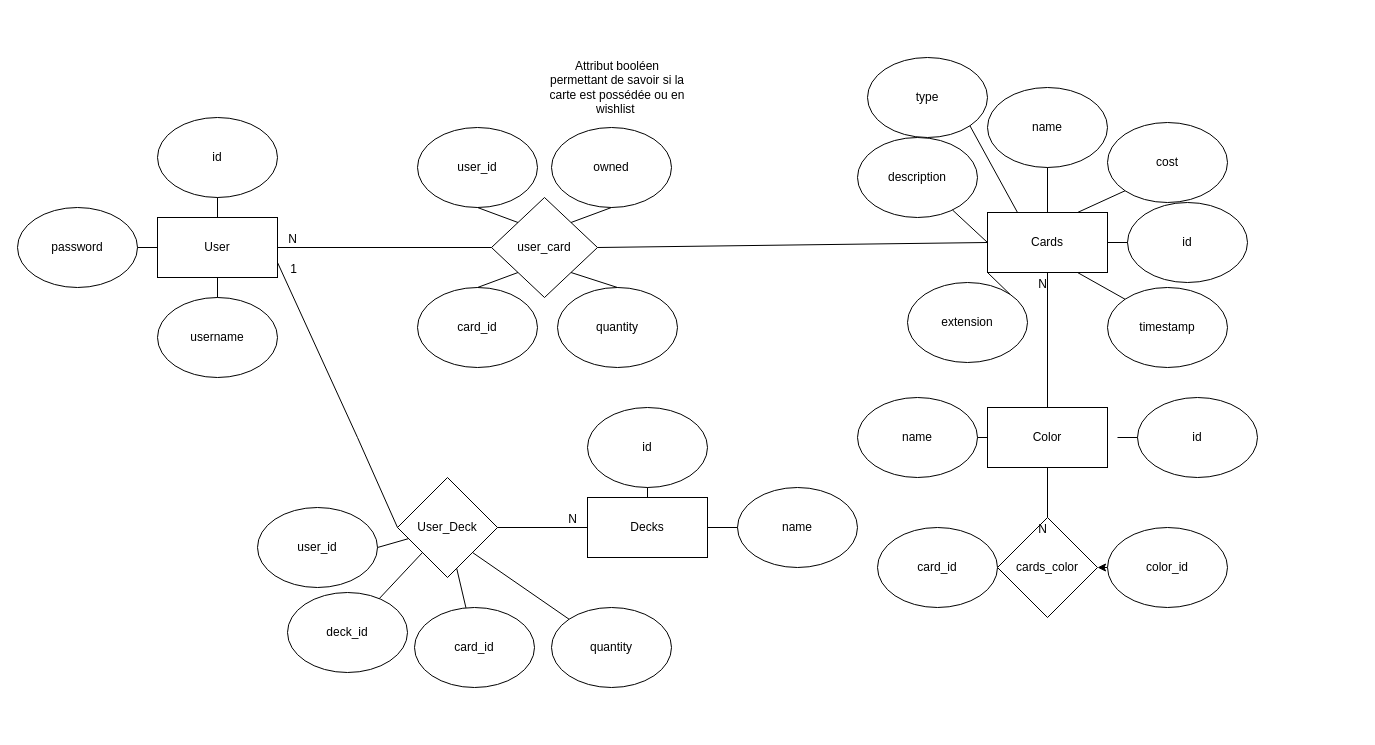
The draw.io diagram doc/shemas/entite_association_gtm.drawio in guillaumemouchet/Gathering-The-Magic, before the edit. Source tidied: cells renumbered, new cells numbered last; positions are measured from the earlier drawing's top-left corner, leaving out a move shared by most shapes. Both pictures are drawn from the tidied source at 100%, with x=0, y=0 at pixel (17, 47).
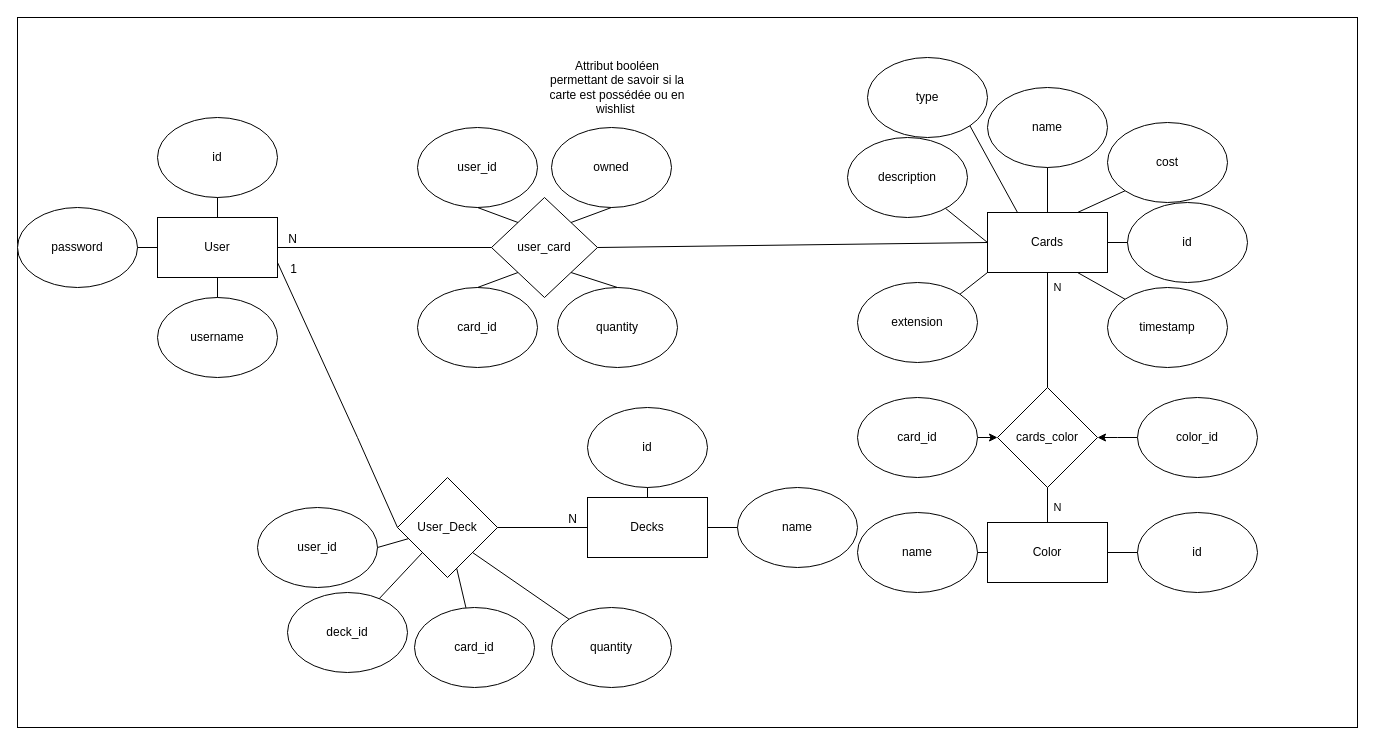
The same page after the edit.

The change refers to these unchanged cells:
```xml
<mxCell id="20" value="user_card" style="rhombus;whiteSpace=wrap;html=1;" parent="1" vertex="1">
  <mxGeometry x="474" y="150" width="106" height="100" as="geometry" />
</mxCell>
<mxCell id="39" value="Cards" style="rounded=0;whiteSpace=wrap;html=1;" parent="1" vertex="1">
  <mxGeometry x="970" y="165" width="120" height="60" as="geometry" />
</mxCell>
```

The edit, as a diff of the source:
```diff
@@
+    <mxCell id="69" style="rounded=0;whiteSpace=wrap;html=1;hachureGap=4;" parent="1" vertex="1">
+      <mxGeometry y="-30" width="1340" height="710" as="geometry" />
+    </mxCell>
@@
     <mxCell id="42" value="extension" style="ellipse;whiteSpace=wrap;html=1;" parent="1" vertex="1">
-      <mxGeometry x="890" y="235" width="120" height="80" as="geometry" />
+      <mxGeometry x="840" y="235" width="120" height="80" as="geometry" />
     </mxCell>
     <mxCell id="43" value="description" style="ellipse;whiteSpace=wrap;html=1;" parent="1" vertex="1">
-      <mxGeometry x="840" y="90" width="120" height="80" as="geometry" />
+      <mxGeometry x="830" y="90" width="120" height="80" as="geometry" />
     </mxCell>
@@
     <mxCell id="53" value="cards_color" style="rhombus;whiteSpace=wrap;html=1;" parent="1" vertex="1">
-      <mxGeometry x="980" y="470" width="100" height="100" as="geometry" />
+      <mxGeometry x="980" y="340" width="100" height="100" as="geometry" />
     </mxCell>
     <mxCell id="54" value="Color" style="rounded=0;whiteSpace=wrap;html=1;" parent="1" vertex="1">
-      <mxGeometry x="970" y="360" width="120" height="60" as="geometry" />
+      <mxGeometry x="970" y="475" width="120" height="60" as="geometry" />
     </mxCell>
-    <mxCell id="55" style="edgeStyle=orthogonalEdgeStyle;rounded=0;jettySize=auto;html=1;exitX=1;exitY=0.5;exitDx=0;exitDy=0;entryX=0;entryY=0.5;entryDx=0;entryDy=0;" parent="1" edge="1" source="56" target="53">
-      <mxGeometry relative="1" as="geometry" />
+    <mxCell id="55" style="edgeStyle=orthogonalEdgeStyle;rounded=0;jettySize=auto;html=1;exitX=1;exitY=0.5;exitDx=0;exitDy=0;entryX=0;entryY=0.5;entryDx=0;entryDy=0;" parent="1" edge="1" source="56">
+      <mxGeometry relative="1" as="geometry">
+        <mxPoint x="980" y="390" as="targetPoint" />
+      </mxGeometry>
     </mxCell>
     <mxCell id="56" value="card_id" style="ellipse;whiteSpace=wrap;html=1;" parent="1" vertex="1">
-      <mxGeometry x="860" y="480" width="120" height="80" as="geometry" />
+      <mxGeometry x="840" y="350" width="120" height="80" as="geometry" />
     </mxCell>
-    <mxCell id="57" style="edgeStyle=orthogonalEdgeStyle;rounded=0;jettySize=auto;html=1;exitX=0;exitY=0.5;exitDx=0;exitDy=0;entryX=1;entryY=0.5;entryDx=0;entryDy=0;" parent="1" edge="1" source="58" target="53">
-      <mxGeometry relative="1" as="geometry" />
+    <mxCell id="57" style="edgeStyle=orthogonalEdgeStyle;rounded=0;jettySize=auto;html=1;exitX=0;exitY=0.5;exitDx=0;exitDy=0;entryX=1;entryY=0.5;entryDx=0;entryDy=0;" parent="1" edge="1" source="58">
+      <mxGeometry relative="1" as="geometry">
+        <mxPoint x="1080" y="390" as="targetPoint" />
+      </mxGeometry>
     </mxCell>
     <mxCell id="58" value="color_id" style="ellipse;whiteSpace=wrap;html=1;" parent="1" vertex="1">
-      <mxGeometry x="1090" y="480" width="120" height="80" as="geometry" />
+      <mxGeometry x="1120" y="350" width="120" height="80" as="geometry" />
     </mxCell>
     <mxCell id="59" value="name" style="ellipse;whiteSpace=wrap;html=1;" parent="1" vertex="1">
-      <mxGeometry x="840" y="350" width="120" height="80" as="geometry" />
+      <mxGeometry x="840" y="465" width="120" height="80" as="geometry" />
     </mxCell>
     <mxCell id="60" value="id" style="ellipse;whiteSpace=wrap;html=1;" parent="1" vertex="1">
-      <mxGeometry x="1120" y="350" width="120" height="80" as="geometry" />
+      <mxGeometry x="1120" y="465" width="120" height="80" as="geometry" />
     </mxCell>
@@
     <mxCell id="62" style="endArrow=none;html=1;rounded=0;exitX=0;exitY=0.5;exitDx=0;exitDy=0;" parent="1" edge="1" source="60">
       <mxGeometry relative="1" as="geometry">
-        <mxPoint x="1100" y="390" as="targetPoint" />
+        <mxPoint x="1100" y="505" as="targetPoint" />
+        <Array as="points">
+          <mxPoint x="1090" y="505" />
+        </Array>
       </mxGeometry>
     </mxCell>
@@
-    <mxCell id="64" style="endArrow=none;html=1;rounded=0;entryX=0.5;entryY=1;entryDx=0;entryDy=0;exitX=0.5;exitY=0;exitDx=0;exitDy=0;" parent="1" edge="1" source="54" target="39">
-      <mxGeometry relative="1" as="geometry" />
-    </mxCell>
-    <mxCell id="65" value="N" style="html=1;align=right;verticalAlign=bottom;" parent="64" vertex="1">
-      <mxGeometry x="1" relative="1" as="geometry">
-        <mxPoint y="20" as="offset" />
-      </mxGeometry>
-    </mxCell>
+    <mxCell id="68" style="endArrow=none;html=1;rounded=0;exitX=1;exitY=0.5;exitDx=0;exitDy=0;entryX=0;entryY=0.5;entryDx=0;entryDy=0;" parent="1" edge="1" source="20" target="39">
+      <mxGeometry relative="1" as="geometry" />
+    </mxCell>
+    <mxCell id="70" value="N" style="endArrow=none;html=1;rounded=0;exitX=0.5;exitY=0;exitDx=0;exitDy=0;entryX=0.5;entryY=1;entryDx=0;entryDy=0;" parent="1" edge="1" source="53" target="39">
+      <mxGeometry x="0.74" y="-10" relative="1" as="geometry" />
+    </mxCell>
-    <mxCell id="66" style="endArrow=none;html=1;rounded=0;entryX=0.5;entryY=0;entryDx=0;entryDy=0;exitX=0.5;exitY=1;exitDx=0;exitDy=0;" parent="1" edge="1" source="54" target="53">
-      <mxGeometry relative="1" as="geometry" />
+    <mxCell id="66" value="N" style="endArrow=none;html=1;rounded=0;exitX=0.5;exitY=0;exitDx=0;exitDy=0;entryX=0.5;entryY=1;entryDx=0;entryDy=0;" parent="1" edge="1" source="54" target="53">
+      <mxGeometry x="-0.14" y="-10" relative="1" as="geometry" />
     </mxCell>
-    <mxCell id="67" value="N" style="html=1;align=right;verticalAlign=bottom;" parent="66" vertex="1">
-      <mxGeometry x="1" relative="1" as="geometry">
-        <mxPoint y="20" as="offset" />
-      </mxGeometry>
-    </mxCell>
-    <mxCell id="68" style="endArrow=none;html=1;rounded=0;exitX=1;exitY=0.5;exitDx=0;exitDy=0;entryX=0;entryY=0.5;entryDx=0;entryDy=0;" parent="1" edge="1" source="20" target="39">
-      <mxGeometry relative="1" as="geometry" />
-    </mxCell>
```
